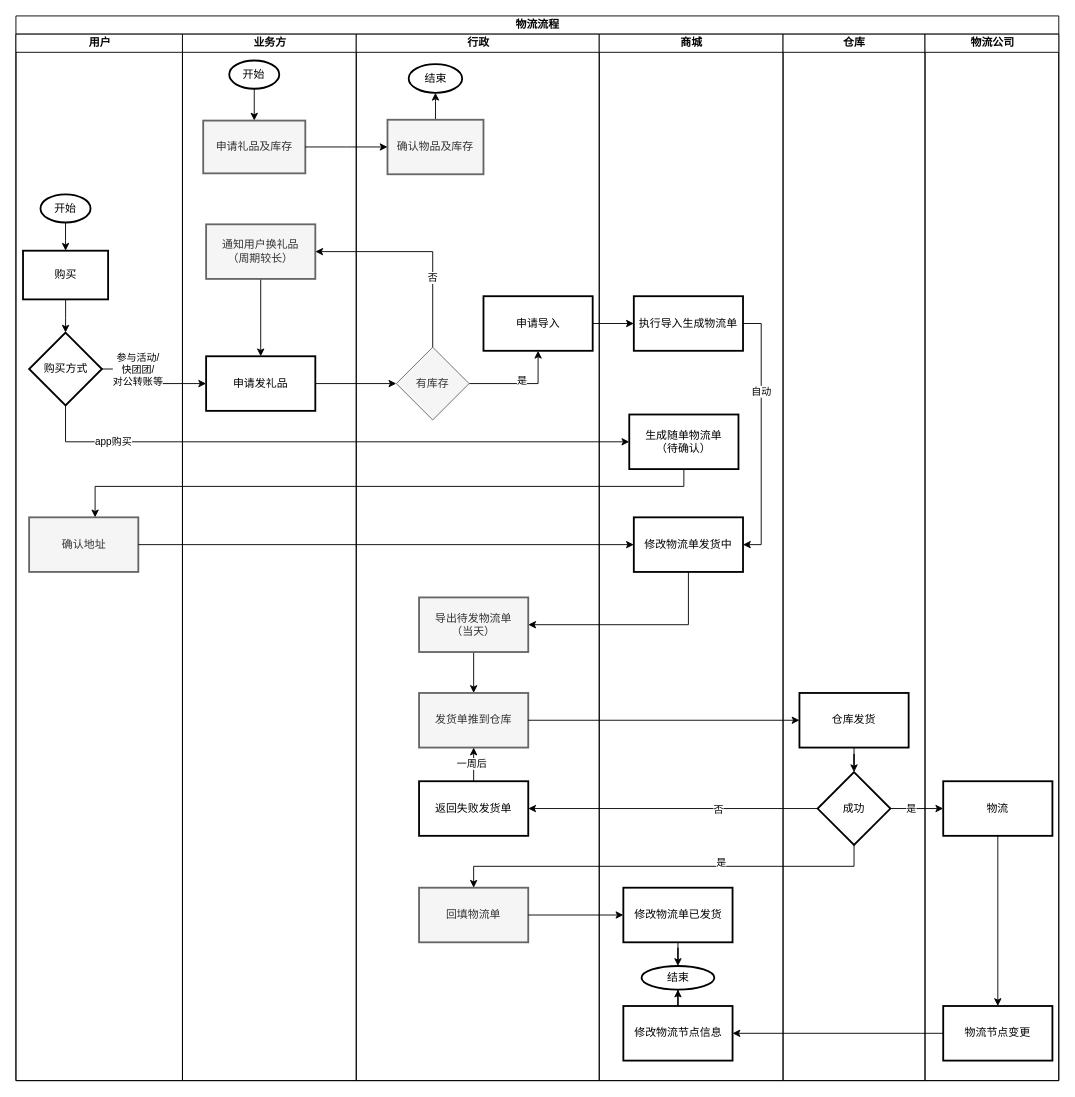
Above: page "物流流程" (2 of 2) of 思考图.drawio in joeytang/imgs (draw.io), before the change. Source tidied: cells renumbered, new cells numbered last; positions are measured from the earlier drawing's top-left corner, leaving out a move shared by most shapes. Both pictures are drawn from the tidied source at 91%, with x=0, y=0 at pixel (15, 15).
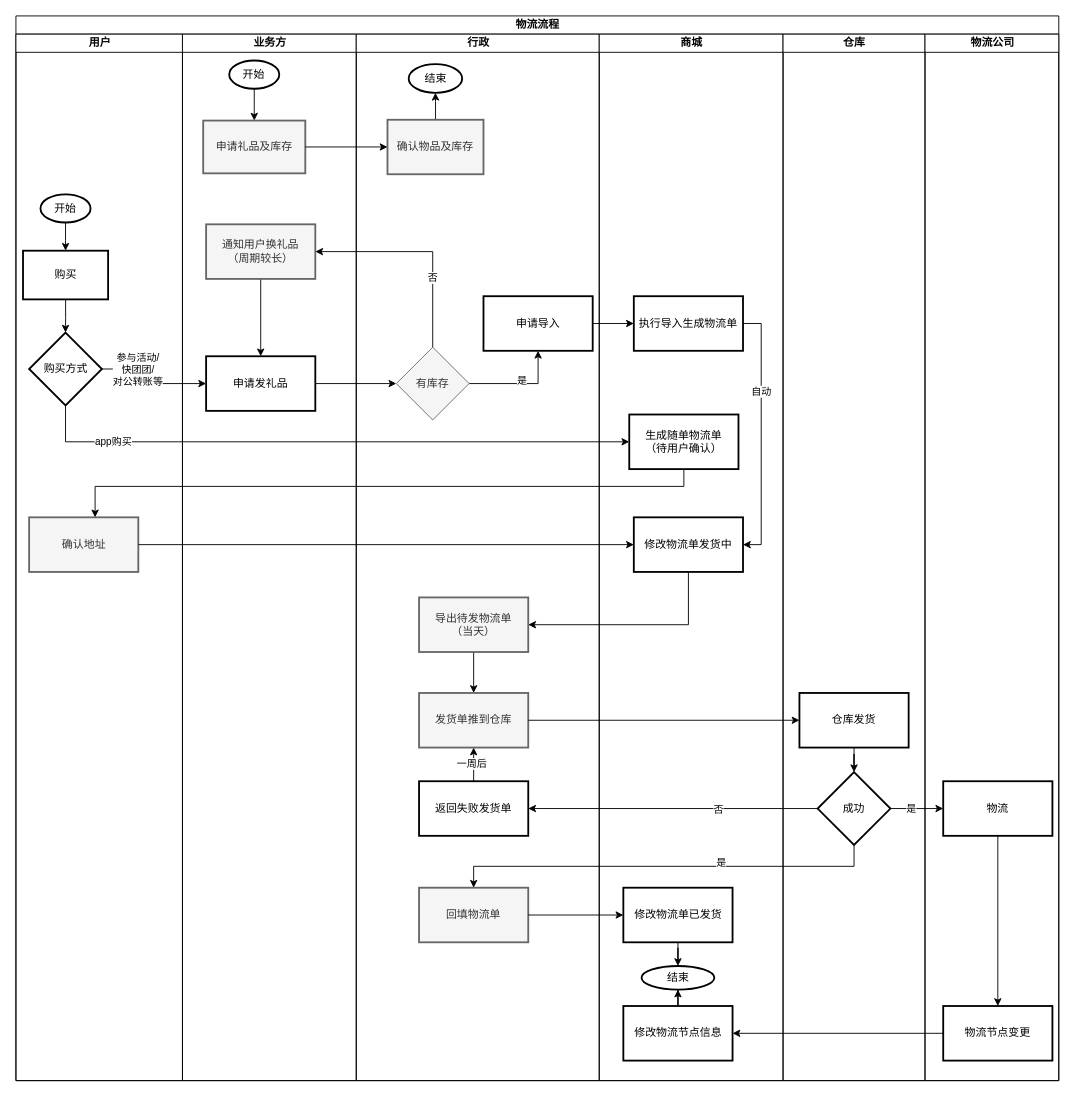
Above is the later version.

Commit message:
更新思考图.drawio

Unchanged cells that the change refers to:
```xml
<mxCell id="32" value="商城" style="swimlane;startSize=20;html=1;" parent="2" vertex="1">
  <mxGeometry x="641" y="20" width="202" height="1150" as="geometry" />
</mxCell>
```

The edit, as a diff of the source:
```diff
@@
-    <mxCell id="33" value="生成随单物流单&lt;br&gt;（待确认）" style="whiteSpace=wrap;html=1;strokeWidth=2;" parent="32" vertex="1">
+    <mxCell id="33" value="生成随单物流单&lt;br&gt;（待用户确认）" style="whiteSpace=wrap;html=1;strokeWidth=2;" parent="32" vertex="1">
       <mxGeometry x="33" y="418" width="120" height="60" as="geometry" />
     </mxCell>
```
